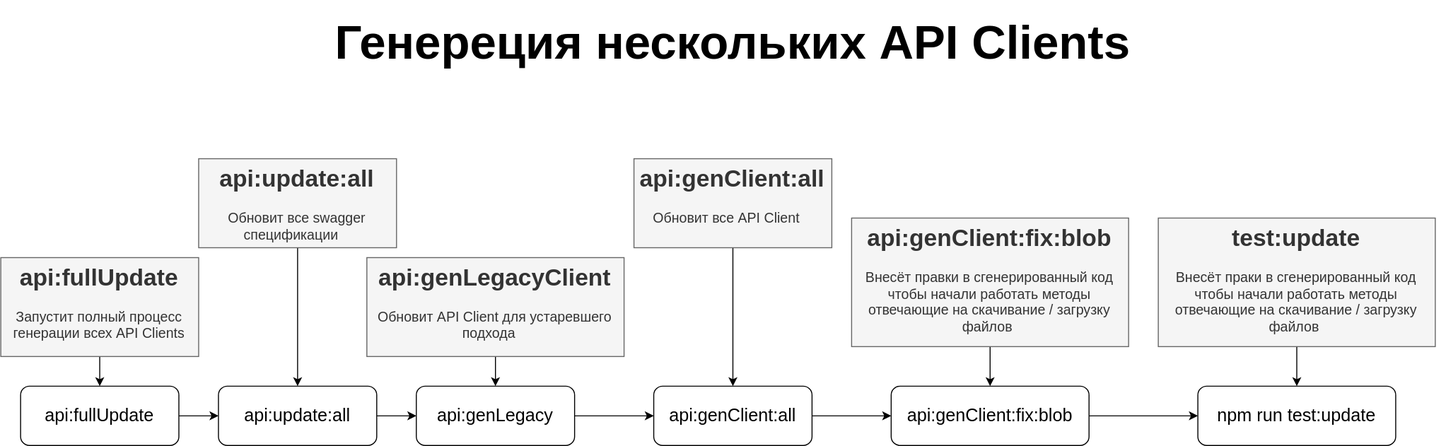
Before: Генерация нескольких API clients.drawio.svg, a diagram exported from draw.io (taraswww777/diagrams.net). Source tidied: cells renumbered, new cells last; positions are measured from the earlier drawing's top-left corner, leaving out a move shared by most shapes. Source of this version:
```xml
<mxGraphModel>
  <root>
    <mxCell id="0" />
    <mxCell id="1" parent="0" />
    <mxCell id="2" style="edgeStyle=orthogonalEdgeStyle;rounded=0;jettySize=auto;html=1;fontSize=18;" parent="1" edge="1" source="3" target="7">
      <mxGeometry relative="1" as="geometry" />
    </mxCell>
    <mxCell id="3" value="api:fullUpdate" style="rounded=1;whiteSpace=wrap;html=1;fontSize=18;" parent="1" vertex="1">
      <mxGeometry x="20" y="390" width="160" height="60" as="geometry" />
    </mxCell>
    <mxCell id="4" style="edgeStyle=orthogonalEdgeStyle;rounded=0;jettySize=auto;html=1;" parent="1" edge="1" source="5" target="3">
      <mxGeometry relative="1" as="geometry" />
    </mxCell>
    <mxCell id="5" value="&lt;h1 style=&quot;margin-top: 0px;&quot;&gt;api:fullUpdate&lt;/h1&gt;&lt;p&gt;&lt;font style=&quot;font-size: 14px;&quot;&gt;Запустит полный процесс генерации всех API Clients&lt;/font&gt;&lt;/p&gt;" style="text;html=1;whiteSpace=wrap;overflow=hidden;rounded=0;fillColor=#f5f5f5;fontColor=#333333;strokeColor=#666666;spacingTop=0;spacingLeft=1;spacingRight=2;align=center;" parent="1" vertex="1">
      <mxGeometry y="260" width="200" height="100" as="geometry" />
    </mxCell>
    <mxCell id="6" style="edgeStyle=orthogonalEdgeStyle;rounded=0;jettySize=auto;html=1;" parent="1" edge="1" source="7" target="9">
      <mxGeometry relative="1" as="geometry" />
    </mxCell>
    <mxCell id="7" value="api:update:all" style="rounded=1;whiteSpace=wrap;html=1;fontSize=18;" parent="1" vertex="1">
      <mxGeometry x="220" y="390" width="160" height="60" as="geometry" />
    </mxCell>
    <mxCell id="8" style="edgeStyle=orthogonalEdgeStyle;rounded=0;jettySize=auto;html=1;" parent="1" edge="1" source="9" target="11">
      <mxGeometry relative="1" as="geometry" />
    </mxCell>
    <mxCell id="9" value="api:genLegacy" style="rounded=1;whiteSpace=wrap;html=1;fontSize=18;" parent="1" vertex="1">
      <mxGeometry x="420" y="390" width="160" height="60" as="geometry" />
    </mxCell>
    <mxCell id="10" style="edgeStyle=orthogonalEdgeStyle;rounded=0;jettySize=auto;html=1;" parent="1" edge="1" source="11" target="19">
      <mxGeometry relative="1" as="geometry" />
    </mxCell>
    <mxCell id="11" value="api:genClient:all" style="rounded=1;whiteSpace=wrap;html=1;fontSize=18;" parent="1" vertex="1">
      <mxGeometry x="660" y="390" width="160" height="60" as="geometry" />
    </mxCell>
    <mxCell id="12" style="edgeStyle=orthogonalEdgeStyle;rounded=0;jettySize=auto;html=1;" parent="1" edge="1" source="13" target="7">
      <mxGeometry relative="1" as="geometry" />
    </mxCell>
    <mxCell id="13" value="&lt;h1 style=&quot;margin-top: 0px;&quot;&gt;api:update:all&lt;/h1&gt;&lt;p&gt;&lt;font style=&quot;font-size: 14px;&quot;&gt;Обновит все swagger спецификации&amp;nbsp; &amp;nbsp;&lt;/font&gt;&lt;/p&gt;" style="text;html=1;whiteSpace=wrap;overflow=hidden;rounded=0;fillColor=#f5f5f5;fontColor=#333333;strokeColor=#666666;spacingTop=0;spacingLeft=1;spacingRight=2;align=center;" parent="1" vertex="1">
      <mxGeometry x="200" y="160" width="200" height="90" as="geometry" />
    </mxCell>
    <mxCell id="14" style="edgeStyle=orthogonalEdgeStyle;rounded=0;jettySize=auto;html=1;" parent="1" edge="1" source="15" target="9">
      <mxGeometry relative="1" as="geometry" />
    </mxCell>
    <mxCell id="15" value="&lt;h1 style=&quot;margin-top: 0px;&quot;&gt;api:genLegacyClient&lt;/h1&gt;&lt;p&gt;&lt;font style=&quot;font-size: 14px;&quot;&gt;Обновит API Client для устаревшего подхода&amp;nbsp; &amp;nbsp;&lt;/font&gt;&lt;/p&gt;" style="text;html=1;whiteSpace=wrap;overflow=hidden;rounded=0;fillColor=#f5f5f5;fontColor=#333333;strokeColor=#666666;spacingTop=0;spacingLeft=1;spacingRight=2;align=center;" parent="1" vertex="1">
      <mxGeometry x="370" y="260" width="260" height="100" as="geometry" />
    </mxCell>
    <mxCell id="16" style="edgeStyle=orthogonalEdgeStyle;rounded=0;jettySize=auto;html=1;" parent="1" edge="1" source="17" target="11">
      <mxGeometry relative="1" as="geometry" />
    </mxCell>
    <mxCell id="17" value="&lt;h1 style=&quot;margin-top: 0px;&quot;&gt;api:genClient:all&lt;/h1&gt;&lt;p&gt;&lt;font style=&quot;font-size: 14px;&quot;&gt;Обновит все API Client&amp;nbsp; &amp;nbsp;&lt;/font&gt;&lt;/p&gt;" style="text;html=1;whiteSpace=wrap;overflow=hidden;rounded=0;fillColor=#f5f5f5;fontColor=#333333;strokeColor=#666666;spacingTop=0;spacingLeft=1;spacingRight=2;align=center;" parent="1" vertex="1">
      <mxGeometry x="640" y="160" width="200" height="90" as="geometry" />
    </mxCell>
    <mxCell id="18" style="edgeStyle=orthogonalEdgeStyle;rounded=0;jettySize=auto;html=1;" parent="1" edge="1" source="19" target="22">
      <mxGeometry relative="1" as="geometry" />
    </mxCell>
    <mxCell id="19" value="api:genClient:fix:blob" style="rounded=1;whiteSpace=wrap;html=1;fontSize=18;" parent="1" vertex="1">
      <mxGeometry x="900" y="390" width="200" height="60" as="geometry" />
    </mxCell>
    <mxCell id="20" style="edgeStyle=orthogonalEdgeStyle;rounded=0;jettySize=auto;html=1;" parent="1" edge="1" source="21" target="19">
      <mxGeometry relative="1" as="geometry" />
    </mxCell>
    <mxCell id="21" value="&lt;h1 style=&quot;margin-top: 0px;&quot;&gt;api:genClient:fix:blob&lt;/h1&gt;&lt;p&gt;&lt;font style=&quot;font-size: 14px;&quot;&gt;Внесёт правки в сгенерированный код чтобы начали работать методы отвечающие на скачивание / загрузку файлов&lt;/font&gt;&lt;span style=&quot;font-size: 14px; background-color: transparent; color: light-dark(rgb(51, 51, 51), rgb(193, 193, 193));&quot;&gt;&amp;nbsp;&lt;/span&gt;&lt;/p&gt;" style="text;html=1;whiteSpace=wrap;overflow=hidden;rounded=0;fillColor=#f5f5f5;fontColor=#333333;strokeColor=#666666;spacingTop=0;spacingLeft=1;spacingRight=2;align=center;" parent="1" vertex="1">
      <mxGeometry x="860" y="220" width="280" height="130" as="geometry" />
    </mxCell>
    <mxCell id="22" value="npm run test:update" style="rounded=1;whiteSpace=wrap;html=1;fontSize=18;" parent="1" vertex="1">
      <mxGeometry x="1210" y="390" width="200" height="60" as="geometry" />
    </mxCell>
    <mxCell id="23" style="edgeStyle=orthogonalEdgeStyle;rounded=0;jettySize=auto;html=1;" parent="1" edge="1" source="24" target="22">
      <mxGeometry relative="1" as="geometry" />
    </mxCell>
    <mxCell id="24" value="&lt;h1 style=&quot;margin-top: 0px;&quot;&gt;test:update&lt;/h1&gt;&lt;p&gt;&lt;font style=&quot;font-size: 14px;&quot;&gt;Внесёт праки в сгенерированный код чтобы начали работать методы отвечающие на скачивание / загрузку файлов&lt;/font&gt;&lt;span style=&quot;font-size: 14px; background-color: transparent; color: light-dark(rgb(51, 51, 51), rgb(193, 193, 193));&quot;&gt;&amp;nbsp;&lt;/span&gt;&lt;/p&gt;" style="text;html=1;whiteSpace=wrap;overflow=hidden;rounded=0;fillColor=#f5f5f5;fontColor=#333333;strokeColor=#666666;spacingTop=0;spacingLeft=1;spacingRight=2;align=center;" parent="1" vertex="1">
      <mxGeometry x="1170" y="220" width="280" height="130" as="geometry" />
    </mxCell>
    <mxCell id="25" value="&lt;b&gt;Генереция нескольких API Clients&lt;/b&gt;" style="text;html=1;align=center;verticalAlign=middle;whiteSpace=wrap;rounded=0;fontSize=48;" parent="1" vertex="1">
      <mxGeometry x="20" width="1440" height="83.1" as="geometry" />
    </mxCell>
  </root>
</mxGraphModel>
```
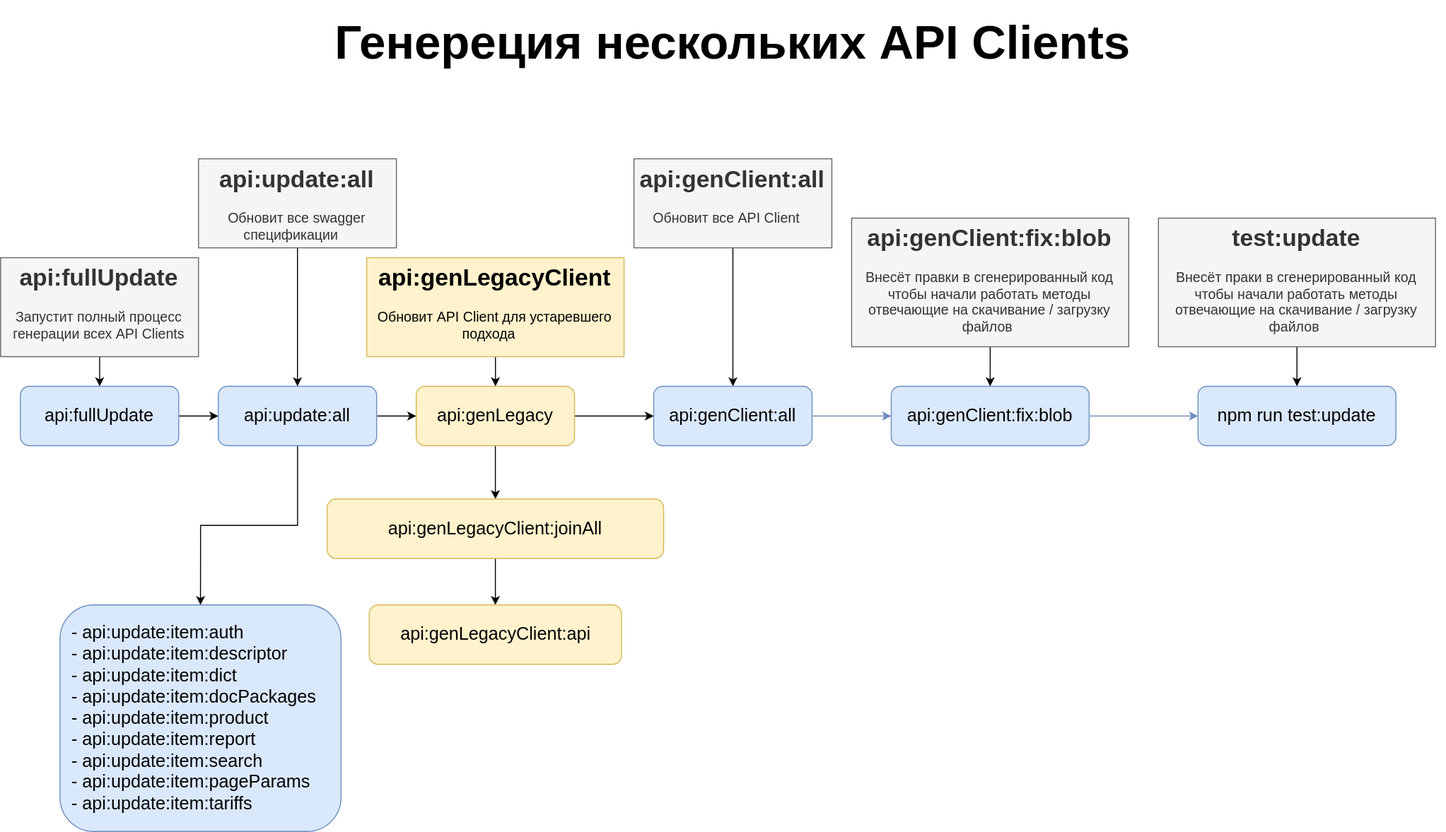
The same file after the commit.

Change to the diagram source:
```diff
@@ -5,7 +5,7 @@
     <mxCell id="2" style="edgeStyle=orthogonalEdgeStyle;rounded=0;jettySize=auto;html=1;fontSize=18;" parent="1" edge="1" source="3" target="7">
       <mxGeometry relative="1" as="geometry" />
     </mxCell>
-    <mxCell id="3" value="api:fullUpdate" style="rounded=1;whiteSpace=wrap;html=1;fontSize=18;" parent="1" vertex="1">
+    <mxCell id="3" value="api:fullUpdate" style="rounded=1;whiteSpace=wrap;html=1;fontSize=18;fillColor=#dae8fc;strokeColor=#6c8ebf;" parent="1" vertex="1">
       <mxGeometry x="20" y="390" width="160" height="60" as="geometry" />
     </mxCell>
     <mxCell id="4" style="edgeStyle=orthogonalEdgeStyle;rounded=0;jettySize=auto;html=1;" parent="1" edge="1" source="5" target="3">
@@ -17,19 +17,25 @@
     <mxCell id="6" style="edgeStyle=orthogonalEdgeStyle;rounded=0;jettySize=auto;html=1;" parent="1" edge="1" source="7" target="9">
       <mxGeometry relative="1" as="geometry" />
     </mxCell>
+    <mxCell id="26" style="edgeStyle=orthogonalEdgeStyle;rounded=0;jettySize=auto;html=1;entryX=0.5;entryY=0;entryDx=0;entryDy=0;" parent="1" edge="1" source="7" target="30">
+      <mxGeometry relative="1" as="geometry" />
+    </mxCell>
-    <mxCell id="7" value="api:update:all" style="rounded=1;whiteSpace=wrap;html=1;fontSize=18;" parent="1" vertex="1">
+    <mxCell id="7" value="api:update:all" style="rounded=1;whiteSpace=wrap;html=1;fontSize=18;fillColor=#dae8fc;strokeColor=#6c8ebf;" parent="1" vertex="1">
       <mxGeometry x="220" y="390" width="160" height="60" as="geometry" />
     </mxCell>
     <mxCell id="8" style="edgeStyle=orthogonalEdgeStyle;rounded=0;jettySize=auto;html=1;" parent="1" edge="1" source="9" target="11">
       <mxGeometry relative="1" as="geometry" />
     </mxCell>
+    <mxCell id="27" style="edgeStyle=orthogonalEdgeStyle;rounded=0;jettySize=auto;html=1;" parent="1" edge="1" source="9" target="29">
+      <mxGeometry relative="1" as="geometry" />
+    </mxCell>
-    <mxCell id="9" value="api:genLegacy" style="rounded=1;whiteSpace=wrap;html=1;fontSize=18;" parent="1" vertex="1">
+    <mxCell id="9" value="api:genLegacy" style="rounded=1;whiteSpace=wrap;html=1;fontSize=18;fillColor=#fff2cc;strokeColor=#d6b656;" parent="1" vertex="1">
       <mxGeometry x="420" y="390" width="160" height="60" as="geometry" />
     </mxCell>
-    <mxCell id="10" style="edgeStyle=orthogonalEdgeStyle;rounded=0;jettySize=auto;html=1;" parent="1" edge="1" source="11" target="19">
+    <mxCell id="10" style="edgeStyle=orthogonalEdgeStyle;rounded=0;jettySize=auto;html=1;fillColor=#dae8fc;strokeColor=#6c8ebf;" parent="1" edge="1" source="11" target="19">
       <mxGeometry relative="1" as="geometry" />
     </mxCell>
-    <mxCell id="11" value="api:genClient:all" style="rounded=1;whiteSpace=wrap;html=1;fontSize=18;" parent="1" vertex="1">
+    <mxCell id="11" value="api:genClient:all" style="rounded=1;whiteSpace=wrap;html=1;fontSize=18;fillColor=#dae8fc;strokeColor=#6c8ebf;" parent="1" vertex="1">
       <mxGeometry x="660" y="390" width="160" height="60" as="geometry" />
     </mxCell>
     <mxCell id="12" style="edgeStyle=orthogonalEdgeStyle;rounded=0;jettySize=auto;html=1;" parent="1" edge="1" source="13" target="7">
@@ -41,7 +47,7 @@
     <mxCell id="14" style="edgeStyle=orthogonalEdgeStyle;rounded=0;jettySize=auto;html=1;" parent="1" edge="1" source="15" target="9">
       <mxGeometry relative="1" as="geometry" />
     </mxCell>
-    <mxCell id="15" value="&lt;h1 style=&quot;margin-top: 0px;&quot;&gt;api:genLegacyClient&lt;/h1&gt;&lt;p&gt;&lt;font style=&quot;font-size: 14px;&quot;&gt;Обновит API Client для устаревшего подхода&amp;nbsp; &amp;nbsp;&lt;/font&gt;&lt;/p&gt;" style="text;html=1;whiteSpace=wrap;overflow=hidden;rounded=0;fillColor=#f5f5f5;fontColor=#333333;strokeColor=#666666;spacingTop=0;spacingLeft=1;spacingRight=2;align=center;" parent="1" vertex="1">
+    <mxCell id="15" value="&lt;h1 style=&quot;margin-top: 0px;&quot;&gt;api:genLegacyClient&lt;/h1&gt;&lt;p&gt;&lt;font style=&quot;font-size: 14px;&quot;&gt;Обновит API Client для устаревшего подхода&amp;nbsp; &amp;nbsp;&lt;/font&gt;&lt;/p&gt;" style="text;html=1;whiteSpace=wrap;overflow=hidden;rounded=0;fillColor=#fff2cc;strokeColor=#d6b656;spacingTop=0;spacingLeft=1;spacingRight=2;align=center;" parent="1" vertex="1">
       <mxGeometry x="370" y="260" width="260" height="100" as="geometry" />
     </mxCell>
     <mxCell id="16" style="edgeStyle=orthogonalEdgeStyle;rounded=0;jettySize=auto;html=1;" parent="1" edge="1" source="17" target="11">
@@ -50,10 +56,10 @@
     <mxCell id="17" value="&lt;h1 style=&quot;margin-top: 0px;&quot;&gt;api:genClient:all&lt;/h1&gt;&lt;p&gt;&lt;font style=&quot;font-size: 14px;&quot;&gt;Обновит все API Client&amp;nbsp; &amp;nbsp;&lt;/font&gt;&lt;/p&gt;" style="text;html=1;whiteSpace=wrap;overflow=hidden;rounded=0;fillColor=#f5f5f5;fontColor=#333333;strokeColor=#666666;spacingTop=0;spacingLeft=1;spacingRight=2;align=center;" parent="1" vertex="1">
       <mxGeometry x="640" y="160" width="200" height="90" as="geometry" />
     </mxCell>
-    <mxCell id="18" style="edgeStyle=orthogonalEdgeStyle;rounded=0;jettySize=auto;html=1;" parent="1" edge="1" source="19" target="22">
+    <mxCell id="18" style="edgeStyle=orthogonalEdgeStyle;rounded=0;jettySize=auto;html=1;fillColor=#dae8fc;strokeColor=#6c8ebf;" parent="1" edge="1" source="19" target="22">
       <mxGeometry relative="1" as="geometry" />
     </mxCell>
-    <mxCell id="19" value="api:genClient:fix:blob" style="rounded=1;whiteSpace=wrap;html=1;fontSize=18;" parent="1" vertex="1">
+    <mxCell id="19" value="api:genClient:fix:blob" style="rounded=1;whiteSpace=wrap;html=1;fontSize=18;fillColor=#dae8fc;strokeColor=#6c8ebf;" parent="1" vertex="1">
       <mxGeometry x="900" y="390" width="200" height="60" as="geometry" />
     </mxCell>
     <mxCell id="20" style="edgeStyle=orthogonalEdgeStyle;rounded=0;jettySize=auto;html=1;" parent="1" edge="1" source="21" target="19">
@@ -62,7 +68,7 @@
     <mxCell id="21" value="&lt;h1 style=&quot;margin-top: 0px;&quot;&gt;api:genClient:fix:blob&lt;/h1&gt;&lt;p&gt;&lt;font style=&quot;font-size: 14px;&quot;&gt;Внесёт правки в сгенерированный код чтобы начали работать методы отвечающие на скачивание / загрузку файлов&lt;/font&gt;&lt;span style=&quot;font-size: 14px; background-color: transparent; color: light-dark(rgb(51, 51, 51), rgb(193, 193, 193));&quot;&gt;&amp;nbsp;&lt;/span&gt;&lt;/p&gt;" style="text;html=1;whiteSpace=wrap;overflow=hidden;rounded=0;fillColor=#f5f5f5;fontColor=#333333;strokeColor=#666666;spacingTop=0;spacingLeft=1;spacingRight=2;align=center;" parent="1" vertex="1">
       <mxGeometry x="860" y="220" width="280" height="130" as="geometry" />
     </mxCell>
-    <mxCell id="22" value="npm run test:update" style="rounded=1;whiteSpace=wrap;html=1;fontSize=18;" parent="1" vertex="1">
+    <mxCell id="22" value="npm run test:update" style="rounded=1;whiteSpace=wrap;html=1;fontSize=18;fillColor=#dae8fc;strokeColor=#6c8ebf;" parent="1" vertex="1">
       <mxGeometry x="1210" y="390" width="200" height="60" as="geometry" />
     </mxCell>
     <mxCell id="23" style="edgeStyle=orthogonalEdgeStyle;rounded=0;jettySize=auto;html=1;" parent="1" edge="1" source="24" target="22">
@@ -74,5 +80,17 @@
     <mxCell id="25" value="&lt;b&gt;Генереция нескольких API Clients&lt;/b&gt;" style="text;html=1;align=center;verticalAlign=middle;whiteSpace=wrap;rounded=0;fontSize=48;" parent="1" vertex="1">
       <mxGeometry x="20" width="1440" height="83.1" as="geometry" />
     </mxCell>
+    <mxCell id="28" style="edgeStyle=orthogonalEdgeStyle;rounded=0;jettySize=auto;html=1;" parent="1" edge="1" source="29" target="31">
+      <mxGeometry relative="1" as="geometry" />
+    </mxCell>
+    <mxCell id="29" value="api:genLegacyClient:joinAll" style="rounded=1;whiteSpace=wrap;html=1;fontSize=18;fillColor=#fff2cc;strokeColor=#d6b656;" parent="1" vertex="1">
+      <mxGeometry x="330" y="504" width="340" height="60" as="geometry" />
+    </mxCell>
+    <mxCell id="30" value="&lt;div&gt;- api:update:item:auth&lt;/div&gt;&lt;div&gt;- api:update:item:descriptor&lt;/div&gt;&lt;div&gt;- api:update:item:dict&lt;/div&gt;&lt;div&gt;- api:update:item:docPackages&lt;/div&gt;&lt;div&gt;- api:update:item:product&lt;/div&gt;&lt;div&gt;- api:update:item:report&lt;/div&gt;&lt;div&gt;- api:update:item:search&lt;/div&gt;&lt;div&gt;- api:update:item:pageParams&lt;br&gt;-&amp;nbsp;api:update:item:tariffs&lt;/div&gt;" style="rounded=1;whiteSpace=wrap;html=1;fontSize=18;align=left;spacingLeft=10;fillColor=#dae8fc;strokeColor=#6c8ebf;" parent="1" vertex="1">
+      <mxGeometry x="60" y="611" width="284" height="229" as="geometry" />
+    </mxCell>
+    <mxCell id="31" value="api:genLegacyClient:api" style="rounded=1;whiteSpace=wrap;html=1;fontSize=18;fillColor=#fff2cc;strokeColor=#d6b656;" parent="1" vertex="1">
+      <mxGeometry x="372.5" y="611" width="255" height="60" as="geometry" />
+    </mxCell>
   </root>
 </mxGraphModel>
```
